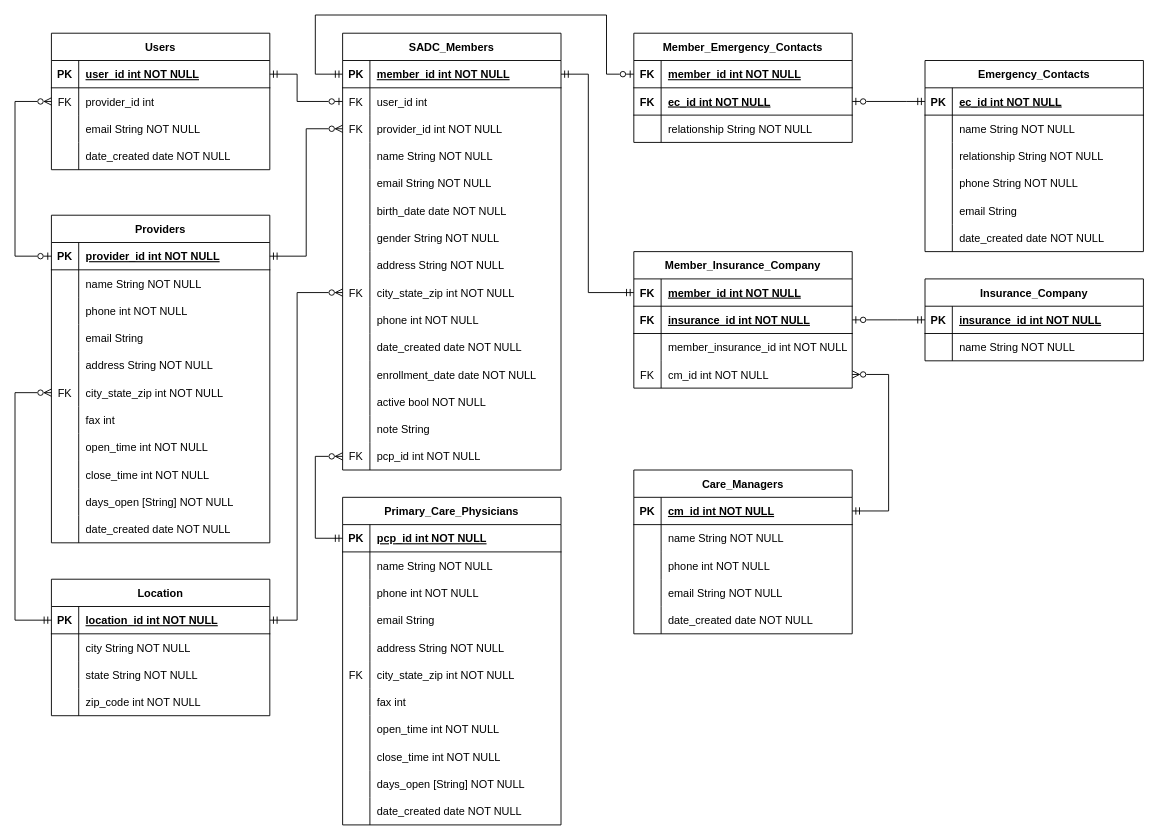
Before: Firestore DB Design.drawio in johnnyj2608/SeniorConnect, a draw.io diagram. Source tidied: cells renumbered, new cells numbered last; positions are measured from the earlier drawing's top-left corner, leaving out a move shared by most shapes. Both pictures are drawn from the tidied source at 91%, with x=0, y=0 at pixel (15, 15).
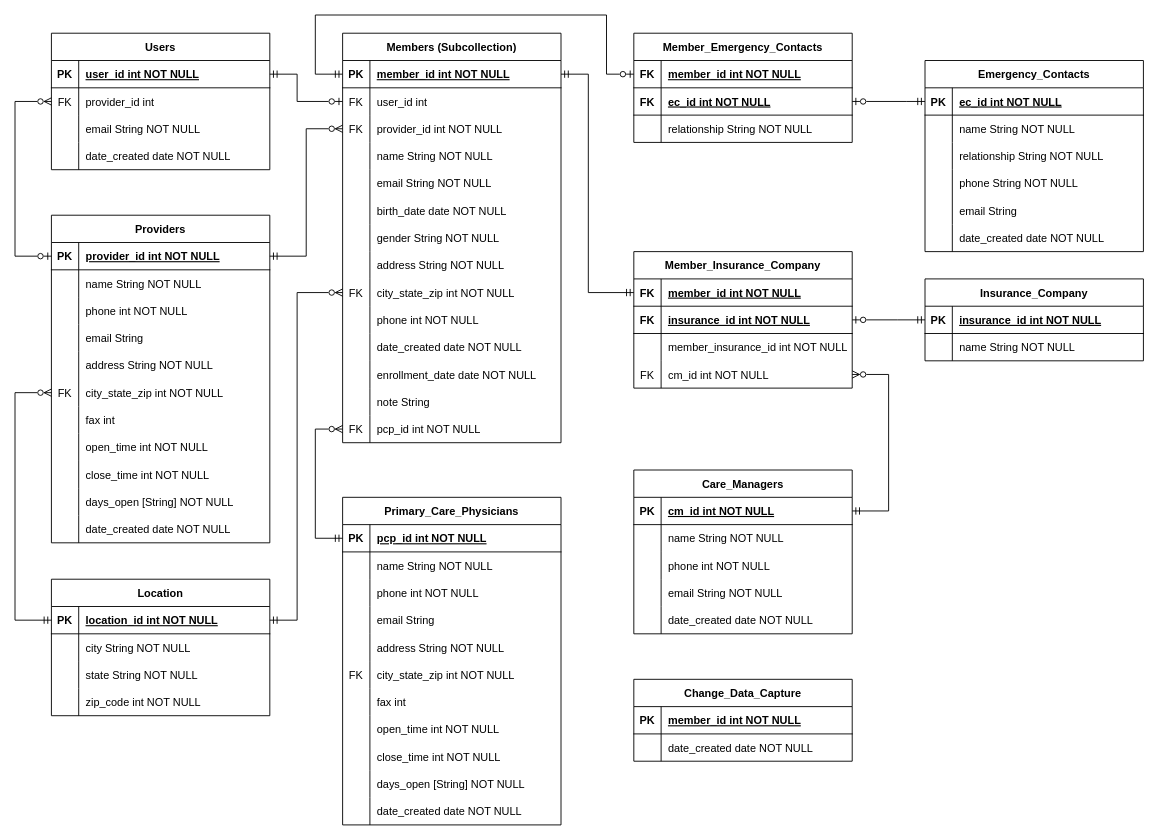
After the change.

Unchanged cells that the change refers to:
```xml
<mxCell id="65" style="shape=partialRectangle;fillColor=none;points=[[0,0.5],[1,0.5]];portConstraint=eastwest;top=0;left=0;right=0;bottom=1;" parent="64" vertex="1">
  <mxGeometry y="30" width="240" height="30" as="geometry" />
</mxCell>
```

Diff of the diagram source:
```diff
@@
-    <mxCell id="98" value="SADC_Members" style="shape=table;startSize=30;childLayout=tableLayout;rowLines=0;fontStyle=1;align=center;" parent="1" vertex="1">
-      <mxGeometry x="360" y="20" width="240" height="480" as="geometry" />
+    <mxCell id="98" value="Members (Subcollection)" style="shape=table;startSize=30;childLayout=tableLayout;rowLines=0;fontStyle=1;align=center;" parent="1" vertex="1">
+      <mxGeometry x="360" y="20" width="240" height="450" as="geometry" />
     </mxCell>
@@
-    <mxCell id="135" style="shape=partialRectangle;fillColor=none;top=0;left=0;right=0;bottom=0;" parent="98" vertex="1">
-      <mxGeometry y="390" width="240" height="30" as="geometry" />
-    </mxCell>
-    <mxCell id="136" style="shape=partialRectangle;overflow=hidden;fillColor=none;top=0;left=0;bottom=0;right=0;" parent="135" vertex="1">
-      <mxGeometry width="30" height="30" as="geometry" />
-    </mxCell>
-    <mxCell id="137" value="active bool NOT NULL" style="shape=partialRectangle;overflow=hidden;fillColor=none;top=0;left=0;bottom=0;right=0;align=left;spacingLeft=6;" parent="135" vertex="1">
-      <mxGeometry x="30" width="210" height="30" as="geometry" />
-    </mxCell>
     <mxCell id="138" style="shape=partialRectangle;fillColor=none;top=0;left=0;right=0;bottom=0;" parent="98" vertex="1">
-      <mxGeometry y="420" width="240" height="30" as="geometry" />
+      <mxGeometry y="390" width="240" height="30" as="geometry" />
     </mxCell>
@@
     <mxCell id="141" style="shape=partialRectangle;fillColor=none;points=[[0,0.5],[1,0.5]];portConstraint=eastwest;top=0;left=0;right=0;bottom=0;" parent="98" vertex="1">
-      <mxGeometry y="450" width="240" height="30" as="geometry" />
+      <mxGeometry y="420" width="240" height="30" as="geometry" />
     </mxCell>
@@
     <mxCell id="178" style="edgeStyle=orthogonalEdgeStyle;rounded=0;jettySize=auto;html=1;exitX=0;exitY=0.5;exitDx=0;exitDy=0;entryX=0;entryY=0.5;entryDx=0;entryDy=0;endArrow=ERmandOne;endFill=0;startArrow=ERzeroToMany;startFill=0;" parent="1" edge="1" source="141" target="65">
       <mxGeometry relative="1" as="geometry">
         <Array as="points">
-          <mxPoint x="330" y="485" />
+          <mxPoint x="330" y="455" />
           <mxPoint x="330" y="575" />
         </Array>
       </mxGeometry>
     </mxCell>
@@
+    <mxCell id="218" value="Change_Data_Capture" style="shape=table;startSize=30;childLayout=tableLayout;rowLines=0;fontStyle=1;align=center;" parent="1" vertex="1">
+      <mxGeometry x="680" y="730" width="240" height="90" as="geometry" />
+    </mxCell>
+    <mxCell id="219" style="shape=partialRectangle;fillColor=none;top=0;left=0;right=0;bottom=1;" parent="218" vertex="1">
+      <mxGeometry y="30" width="240" height="30" as="geometry" />
+    </mxCell>
+    <mxCell id="220" value="PK" style="shape=partialRectangle;overflow=hidden;fillColor=none;top=0;left=0;bottom=0;right=0;fontStyle=1;" parent="219" vertex="1">
+      <mxGeometry width="30" height="30" as="geometry" />
+    </mxCell>
+    <mxCell id="221" value="member_id int NOT NULL" style="shape=partialRectangle;overflow=hidden;fillColor=none;top=0;left=0;bottom=0;right=0;align=left;spacingLeft=6;fontStyle=5;" parent="219" vertex="1">
+      <mxGeometry x="30" width="210" height="30" as="geometry" />
+    </mxCell>
+    <mxCell id="222" style="shape=partialRectangle;fillColor=none;top=0;left=0;right=0;bottom=0;" parent="218" vertex="1">
+      <mxGeometry y="60" width="240" height="30" as="geometry" />
+    </mxCell>
+    <mxCell id="136" style="shape=partialRectangle;overflow=hidden;fillColor=none;top=0;left=0;bottom=0;right=0;" parent="222" vertex="1">
+      <mxGeometry width="30" height="30" as="geometry" />
+    </mxCell>
+    <mxCell id="223" value="date_created date NOT NULL" style="shape=partialRectangle;overflow=hidden;fillColor=none;top=0;left=0;bottom=0;right=0;align=left;spacingLeft=6;" parent="222" vertex="1">
+      <mxGeometry x="30" width="210" height="30" as="geometry" />
+    </mxCell>
```
